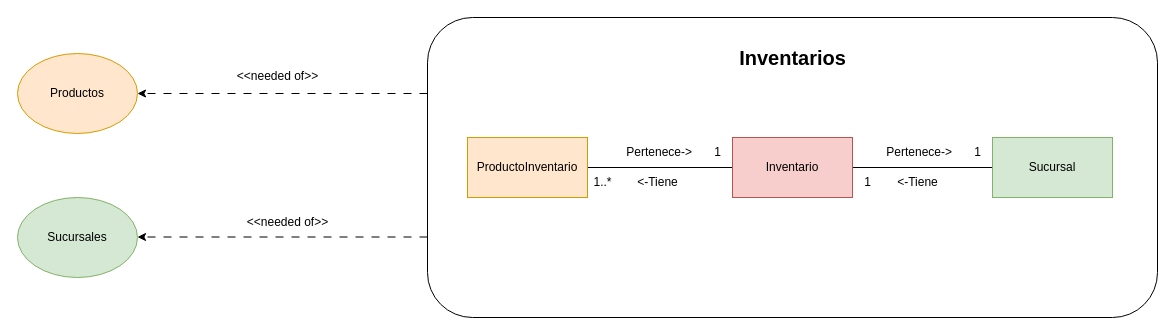
Earlier version of the draw.io diagram page "4.3 Inventario-ModeloDominioAcotado" (6 of 14) of SpaOnline/ModeloDominioSpa.drawio (cristianospina/DOO). Source tidied: cells renumbered, new cells numbered last; positions are measured from the earlier drawing's top-left corner, leaving out a move shared by most shapes. Both pictures are drawn from the tidied source at 100%, with x=0, y=0 at pixel (17, 17).
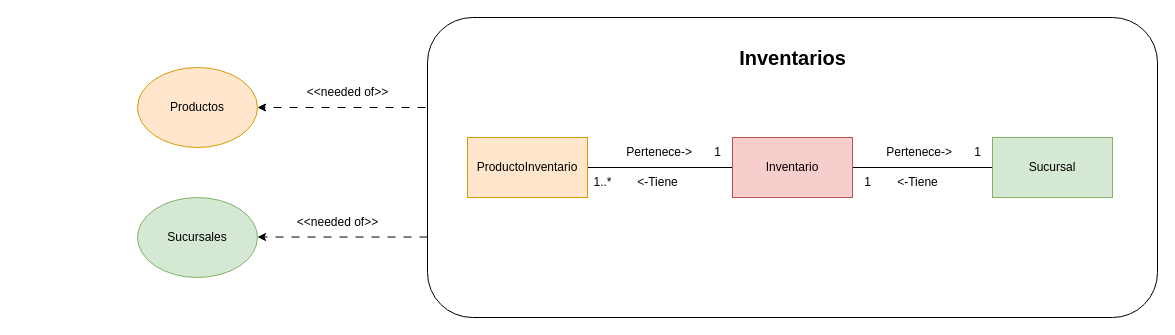
The same page after the edit.

The edit, as a diff of the source:
```diff
@@
-    <mxCell id="2" style="edgeStyle=orthogonalEdgeStyle;rounded=0;orthogonalLoop=1;jettySize=auto;html=1;dashed=1;dashPattern=8 8;" parent="1" edge="1">
-      <mxGeometry relative="1" as="geometry">
-        <mxPoint x="410" y="76" as="sourcePoint" />
-        <mxPoint x="120" y="76" as="targetPoint" />
-      </mxGeometry>
-    </mxCell>
@@
-    <mxCell id="13" value="Productos" style="ellipse;whiteSpace=wrap;html=1;fillColor=#ffe6cc;strokeColor=#d79b00;" parent="1" vertex="1">
-      <mxGeometry y="36" width="120" height="80" as="geometry" />
-    </mxCell>
     <mxCell id="14" value="&amp;lt;&amp;lt;needed of&amp;gt;&amp;gt;" style="text;html=1;align=center;verticalAlign=middle;strokeColor=none;fillColor=none;" parent="1" vertex="1">
-      <mxGeometry x="210" y="44" width="100" height="30" as="geometry" />
+      <mxGeometry x="280" y="60" width="100" height="30" as="geometry" />
     </mxCell>
@@
     <mxCell id="20" value="Sucursales" style="ellipse;whiteSpace=wrap;html=1;fillColor=#d5e8d4;strokeColor=#82b366;" parent="1" vertex="1">
-      <mxGeometry y="180" width="120" height="80" as="geometry" />
+      <mxGeometry x="120" y="180" width="120" height="80" as="geometry" />
     </mxCell>
-    <mxCell id="21" style="edgeStyle=orthogonalEdgeStyle;rounded=0;orthogonalLoop=1;jettySize=auto;html=1;dashed=1;dashPattern=8 8;" parent="1" edge="1">
+    <mxCell id="21" style="edgeStyle=orthogonalEdgeStyle;rounded=0;jettySize=auto;html=1;dashed=1;dashPattern=8 8;" parent="1" edge="1" target="20">
       <mxGeometry relative="1" as="geometry">
         <mxPoint x="410" y="219.5" as="sourcePoint" />
-        <mxPoint x="120" y="219.5" as="targetPoint" />
       </mxGeometry>
     </mxCell>
     <mxCell id="22" value="&amp;lt;&amp;lt;needed of&amp;gt;&amp;gt;" style="text;html=1;align=center;verticalAlign=middle;strokeColor=none;fillColor=none;" parent="1" vertex="1">
-      <mxGeometry x="220" y="190" width="100" height="30" as="geometry" />
+      <mxGeometry x="270" y="190" width="100" height="30" as="geometry" />
     </mxCell>
+    <mxCell id="23" style="edgeStyle=orthogonalEdgeStyle;rounded=0;jettySize=auto;html=1;dashed=1;dashPattern=8 8;" parent="1" edge="1" target="13">
+      <mxGeometry relative="1" as="geometry">
+        <mxPoint x="410" y="76" as="sourcePoint" />
+        <Array as="points">
+          <mxPoint x="410" y="90" />
+        </Array>
+      </mxGeometry>
+    </mxCell>
+    <mxCell id="13" value="Productos" style="ellipse;whiteSpace=wrap;html=1;fillColor=#ffe6cc;strokeColor=#d79b00;" parent="1" vertex="1">
+      <mxGeometry x="120" y="50" width="120" height="80" as="geometry" />
+    </mxCell>
```
